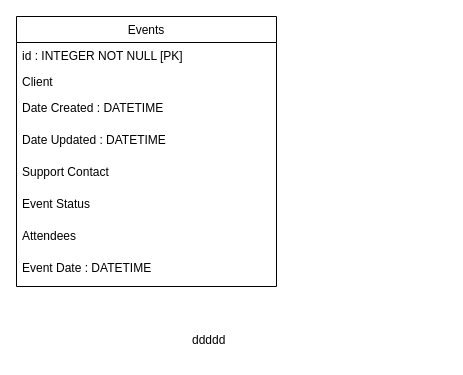
batshanti/Projet2 keeps this draw.io diagram as JPG_FILE/Diagramme sans nom.drawio. Above is the earlier version. Source tidied: cells renumbered, new cells numbered last; positions are measured from the earlier drawing's top-left corner, leaving out a move shared by most shapes. Both pictures are drawn from the tidied source at 100%, with x=0, y=0 at pixel (16, 16).
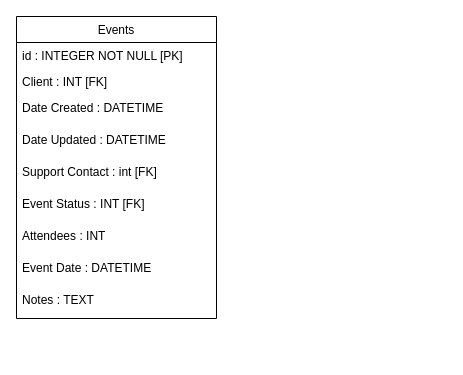
After the change.

Commit message (it also covers changes not shown here):
Mettre à jour Diagramme sans nom.drawio

Diff of the diagram source:
```diff
@@
 <mxGraphModel>
   <root>
     <mxCell id="0" />
     <mxCell id="1" parent="0" />
     <mxCell id="2" value="Events" style="swimlane;fontStyle=0;horizontal=1;startSize=26;fillColor=none;direction=east;" parent="1" vertex="1">
-      <mxGeometry width="260" height="270" as="geometry" />
+      <mxGeometry width="200" height="302" as="geometry" />
     </mxCell>
     <mxCell id="3" value="id : INTEGER NOT NULL [PK]" style="text;strokeColor=none;fillColor=none;align=left;verticalAlign=top;spacingLeft=4;spacingRight=4;overflow=hidden;" parent="2" vertex="1">
-      <mxGeometry y="26" width="260" height="26" as="geometry" />
+      <mxGeometry y="26" width="200" height="26" as="geometry" />
     </mxCell>
-    <mxCell id="4" value="Client" style="text;strokeColor=none;fillColor=none;align=left;verticalAlign=top;spacingLeft=4;spacingRight=4;overflow=hidden;" parent="2" vertex="1">
-      <mxGeometry y="52" width="260" height="26" as="geometry" />
+    <mxCell id="4" value="Client : INT [FK]" style="text;strokeColor=none;fillColor=none;align=left;verticalAlign=top;spacingLeft=4;spacingRight=4;overflow=hidden;" parent="2" vertex="1">
+      <mxGeometry y="52" width="200" height="26" as="geometry" />
     </mxCell>
     <mxCell id="5" value="Date Created : DATETIME" style="text;strokeColor=none;fillColor=none;align=left;verticalAlign=top;spacingLeft=4;spacingRight=4;overflow=hidden;" parent="2" vertex="1">
-      <mxGeometry y="78" width="260" height="32" as="geometry" />
+      <mxGeometry y="78" width="200" height="32" as="geometry" />
     </mxCell>
     <mxCell id="6" value="Date Updated : DATETIME" style="text;strokeColor=none;fillColor=none;align=left;verticalAlign=top;spacingLeft=4;spacingRight=4;overflow=hidden;" parent="2" vertex="1">
-      <mxGeometry y="110" width="260" height="32" as="geometry" />
+      <mxGeometry y="110" width="200" height="32" as="geometry" />
     </mxCell>
-    <mxCell id="7" value="Support Contact" style="text;strokeColor=none;fillColor=none;align=left;verticalAlign=top;spacingLeft=4;spacingRight=4;overflow=hidden;" parent="2" vertex="1">
-      <mxGeometry y="142" width="260" height="32" as="geometry" />
+    <mxCell id="7" value="Support Contact : int [FK]" style="text;strokeColor=none;fillColor=none;align=left;verticalAlign=top;spacingLeft=4;spacingRight=4;overflow=hidden;" parent="2" vertex="1">
+      <mxGeometry y="142" width="200" height="32" as="geometry" />
     </mxCell>
-    <mxCell id="8" value="Event Status" style="text;strokeColor=none;fillColor=none;align=left;verticalAlign=top;spacingLeft=4;spacingRight=4;overflow=hidden;" parent="2" vertex="1">
-      <mxGeometry y="174" width="260" height="32" as="geometry" />
+    <mxCell id="8" value="Event Status : INT [FK]" style="text;strokeColor=none;fillColor=none;align=left;verticalAlign=top;spacingLeft=4;spacingRight=4;overflow=hidden;" parent="2" vertex="1">
+      <mxGeometry y="174" width="200" height="32" as="geometry" />
     </mxCell>
-    <mxCell id="9" value="Attendees" style="text;strokeColor=none;fillColor=none;align=left;verticalAlign=top;spacingLeft=4;spacingRight=4;overflow=hidden;" parent="2" vertex="1">
-      <mxGeometry y="206" width="260" height="32" as="geometry" />
+    <mxCell id="9" value="Attendees : INT" style="text;strokeColor=none;fillColor=none;align=left;verticalAlign=top;spacingLeft=4;spacingRight=4;overflow=hidden;" parent="2" vertex="1">
+      <mxGeometry y="206" width="200" height="32" as="geometry" />
     </mxCell>
     <mxCell id="10" value="Event Date : DATETIME" style="text;strokeColor=none;fillColor=none;align=left;verticalAlign=top;spacingLeft=4;spacingRight=4;overflow=hidden;" parent="2" vertex="1">
-      <mxGeometry y="238" width="260" height="32" as="geometry" />
+      <mxGeometry y="238" width="200" height="32" as="geometry" />
     </mxCell>
-    <mxCell id="11" value="ddddd" style="text;strokeColor=none;fillColor=none;align=left;verticalAlign=top;spacingLeft=4;spacingRight=4;overflow=hidden;" parent="1" vertex="1">
-      <mxGeometry x="170" y="310" width="260" height="32" as="geometry" />
+    <mxCell id="11" value="Notes : TEXT" style="text;strokeColor=none;fillColor=none;align=left;verticalAlign=top;spacingLeft=4;spacingRight=4;overflow=hidden;" parent="2" vertex="1">
+      <mxGeometry y="270" width="200" height="32" as="geometry" />
     </mxCell>
   </root>
 </mxGraphModel>
```
